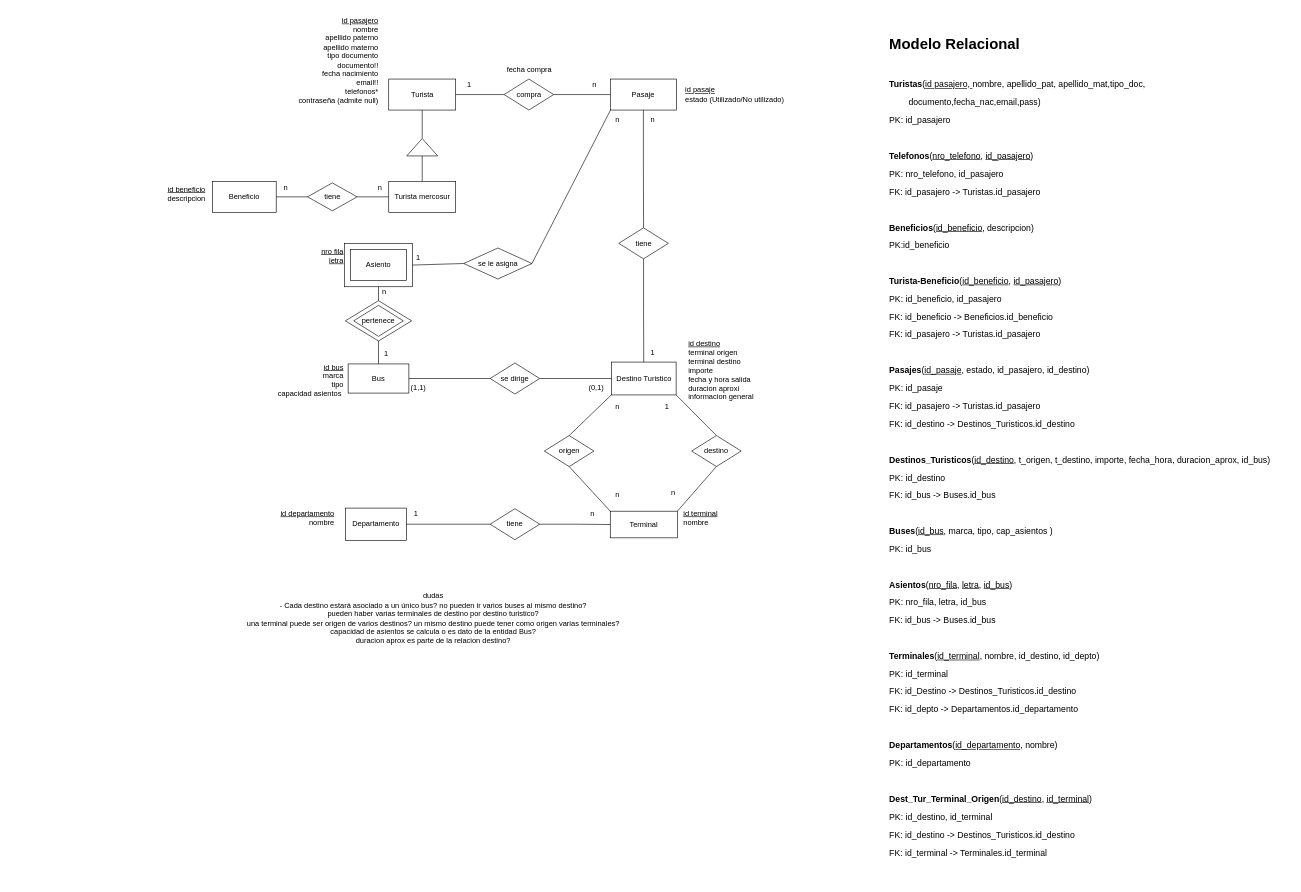
Before: obligatorio/mer y mr bdd 1 obligatorio.drawio in duermomal/BDD1, a draw.io diagram. Source tidied: cells renumbered, new cells numbered last; positions are measured from the earlier drawing's top-left corner, leaving out a move shared by most shapes. Both pictures are drawn from the tidied source at 62%, with x=0, y=0 at pixel (156, 11).
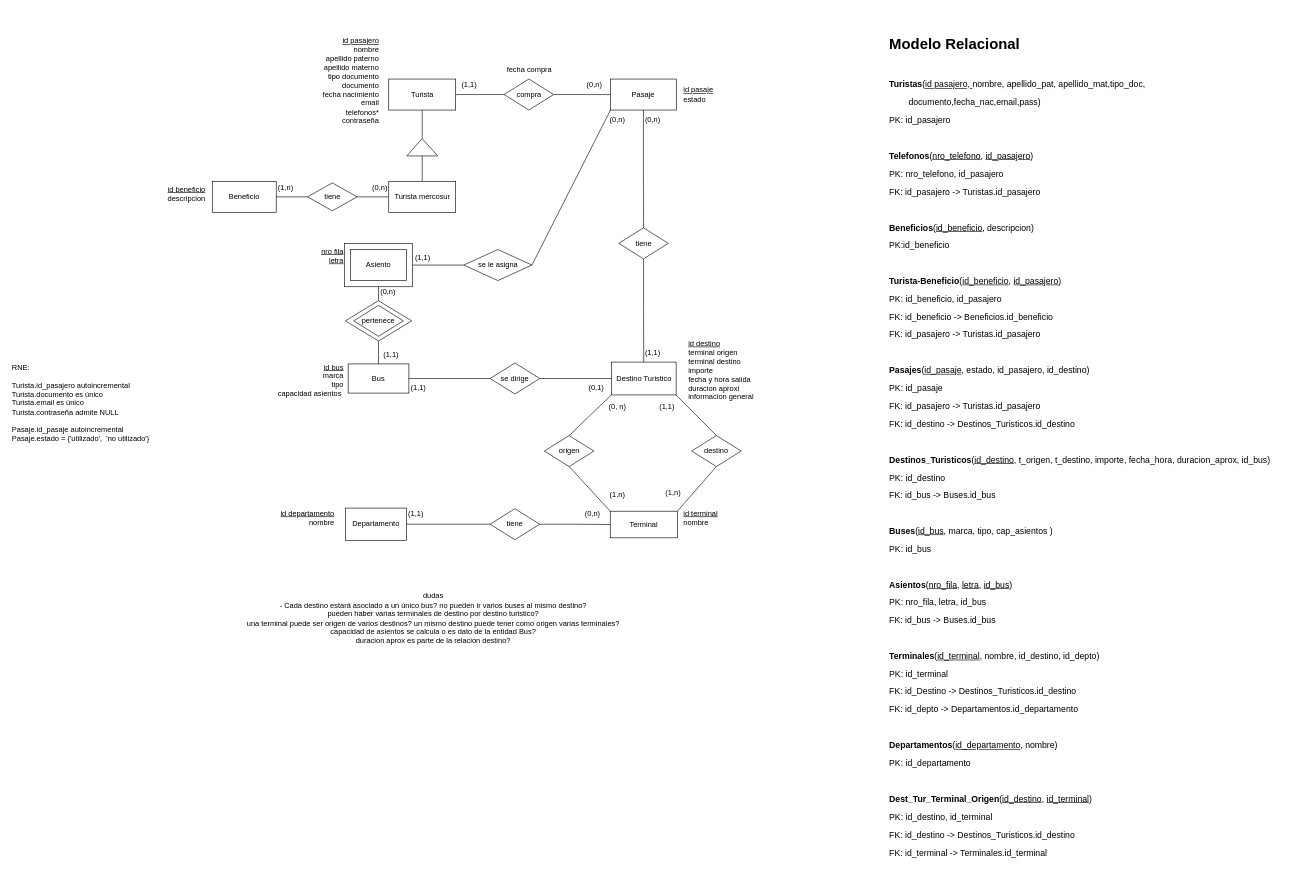
After the change.

Commit message:
RNE y multiplicidad

Diff of the diagram source:
```diff
@@
-    <mxCell id="6" value="&lt;u&gt;id pasajero&lt;/u&gt;&lt;div&gt;nombre&lt;br&gt;&lt;div&gt;apellido paterno&lt;/div&gt;&lt;div&gt;apellido materno&lt;/div&gt;&lt;div&gt;tipo documento&lt;/div&gt;&lt;div&gt;documento!!&lt;/div&gt;&lt;div&gt;fecha nacimiento&lt;/div&gt;&lt;div&gt;email!!&lt;/div&gt;&lt;div&gt;telefonos*&lt;/div&gt;&lt;div&gt;contraseña (admite null)&lt;/div&gt;&lt;/div&gt;" style="text;html=1;align=right;verticalAlign=middle;strokeColor=none;fillColor=none;" parent="1" vertex="1">
-      <mxGeometry x="208.5" width="150" height="160" as="geometry" />
+    <mxCell id="6" value="&lt;u&gt;id pasajero&lt;/u&gt;&lt;div&gt;nombre&lt;br&gt;&lt;div&gt;apellido paterno&lt;/div&gt;&lt;div&gt;apellido materno&lt;/div&gt;&lt;div&gt;tipo documento&lt;/div&gt;&lt;div&gt;documento&lt;/div&gt;&lt;div&gt;fecha nacimiento&lt;/div&gt;&lt;div&gt;email&lt;/div&gt;&lt;div&gt;telefonos*&lt;/div&gt;&lt;div&gt;contraseña&lt;/div&gt;&lt;/div&gt;" style="text;html=1;align=right;verticalAlign=middle;strokeColor=none;fillColor=none;" parent="1" vertex="1">
+      <mxGeometry x="250" y="32.5" width="110" height="160" as="geometry" />
     </mxCell>
@@
-    <mxCell id="13" value="&lt;span style=&quot;background-color: initial;&quot;&gt;&lt;u&gt;id pasaje&lt;/u&gt;&lt;/span&gt;&lt;br&gt;&lt;span style=&quot;background-color: initial;&quot;&gt;estado (Utilizado/No utilizado)&lt;/span&gt;" style="text;html=1;align=left;verticalAlign=middle;strokeColor=none;fillColor=none;" parent="1" vertex="1">
-      <mxGeometry x="850.5" y="115" width="180" height="40" as="geometry" />
+    <mxCell id="13" value="&lt;span style=&quot;background-color: initial;&quot;&gt;&lt;u&gt;id pasaje&lt;/u&gt;&lt;/span&gt;&lt;br&gt;&lt;span style=&quot;background-color: initial;&quot;&gt;estado&lt;/span&gt;" style="text;html=1;align=left;verticalAlign=middle;strokeColor=none;fillColor=none;" parent="1" vertex="1">
+      <mxGeometry x="848" y="115" width="70" height="40" as="geometry" />
     </mxCell>
@@
     <mxCell id="21" value="se le asigna" style="rhombus;whiteSpace=wrap;html=1;" parent="1" vertex="1">
-      <mxGeometry x="495.5" y="382.5" width="110" height="50" as="geometry" />
+      <mxGeometry x="495.5" y="385" width="110" height="50" as="geometry" />
     </mxCell>
@@
-    <mxCell id="33" value="1" style="text;html=1;align=center;verticalAlign=middle;strokeColor=none;fillColor=none;" parent="1" vertex="1">
-      <mxGeometry x="488.5" y="105" width="30" height="30" as="geometry" />
+    <mxCell id="33" value="(1,1)" style="text;html=1;align=center;verticalAlign=middle;strokeColor=none;fillColor=none;" parent="1" vertex="1">
+      <mxGeometry x="478.5" y="105" width="50" height="30" as="geometry" />
     </mxCell>
-    <mxCell id="34" value="n" style="text;html=1;align=center;verticalAlign=middle;strokeColor=none;fillColor=none;" parent="1" vertex="1">
-      <mxGeometry x="690.5" y="105" width="30" height="30" as="geometry" />
+    <mxCell id="34" value="(0,n)" style="text;html=1;align=center;verticalAlign=middle;strokeColor=none;fillColor=none;" parent="1" vertex="1">
+      <mxGeometry x="680.5" y="105" width="50" height="30" as="geometry" />
     </mxCell>
-    <mxCell id="35" value="n" style="text;html=1;align=center;verticalAlign=middle;strokeColor=none;fillColor=none;" parent="1" vertex="1">
-      <mxGeometry x="785" y="160" width="30" height="30" as="geometry" />
+    <mxCell id="35" value="(0,n)" style="text;html=1;align=center;verticalAlign=middle;strokeColor=none;fillColor=none;" parent="1" vertex="1">
+      <mxGeometry x="775" y="160" width="50" height="30" as="geometry" />
     </mxCell>
-    <mxCell id="36" value="n" style="text;html=1;align=center;verticalAlign=middle;strokeColor=none;fillColor=none;" parent="1" vertex="1">
-      <mxGeometry x="728" y="160" width="30" height="30" as="geometry" />
+    <mxCell id="36" value="(0,n)" style="text;html=1;align=center;verticalAlign=middle;strokeColor=none;fillColor=none;" parent="1" vertex="1">
+      <mxGeometry x="718" y="160" width="50" height="30" as="geometry" />
     </mxCell>
@@
-    <mxCell id="39" value="1" style="text;html=1;align=center;verticalAlign=middle;strokeColor=none;fillColor=none;" parent="1" vertex="1">
-      <mxGeometry x="403" y="796" width="30" height="30" as="geometry" />
+    <mxCell id="39" value="(1,1)" style="text;html=1;align=center;verticalAlign=middle;strokeColor=none;fillColor=none;" parent="1" vertex="1">
+      <mxGeometry x="393" y="796" width="50" height="30" as="geometry" />
     </mxCell>
-    <mxCell id="40" value="n" style="text;html=1;align=center;verticalAlign=middle;strokeColor=none;fillColor=none;" parent="1" vertex="1">
-      <mxGeometry x="688" y="796" width="30" height="30" as="geometry" />
+    <mxCell id="40" value="(0,n)" style="text;html=1;align=center;verticalAlign=middle;strokeColor=none;fillColor=none;" parent="1" vertex="1">
+      <mxGeometry x="678" y="796" width="50" height="30" as="geometry" />
     </mxCell>
@@
-    <mxCell id="46" value="n" style="text;html=1;align=center;verticalAlign=middle;strokeColor=none;fillColor=none;" parent="1" vertex="1">
-      <mxGeometry x="728" y="623" width="30" height="30" as="geometry" />
+    <mxCell id="46" value="(0, n)" style="text;html=1;align=center;verticalAlign=middle;strokeColor=none;fillColor=none;" parent="1" vertex="1">
+      <mxGeometry x="718" y="623" width="50" height="30" as="geometry" />
     </mxCell>
-    <mxCell id="47" value="n" style="text;html=1;align=center;verticalAlign=middle;strokeColor=none;fillColor=none;" parent="1" vertex="1">
-      <mxGeometry x="728" y="766" width="30" height="30" as="geometry" />
+    <mxCell id="47" value="(1,n)" style="text;html=1;align=center;verticalAlign=middle;strokeColor=none;fillColor=none;" parent="1" vertex="1">
+      <mxGeometry x="718" y="766" width="50" height="30" as="geometry" />
     </mxCell>
-    <mxCell id="48" value="n" style="text;html=1;align=center;verticalAlign=middle;strokeColor=none;fillColor=none;" parent="1" vertex="1">
-      <mxGeometry x="818" y="763" width="30" height="30" as="geometry" />
+    <mxCell id="48" value="(1,n)" style="text;html=1;align=center;verticalAlign=middle;strokeColor=none;fillColor=none;" parent="1" vertex="1">
+      <mxGeometry x="808" y="763" width="50" height="30" as="geometry" />
     </mxCell>
@@
-    <mxCell id="64" value="n" style="text;html=1;align=center;verticalAlign=middle;strokeColor=none;fillColor=none;" parent="1" vertex="1">
-      <mxGeometry x="193" y="270" width="30" height="30" as="geometry" />
+    <mxCell id="64" value="(1,n)" style="text;html=1;align=center;verticalAlign=middle;strokeColor=none;fillColor=none;" parent="1" vertex="1">
+      <mxGeometry x="183" y="270" width="50" height="30" as="geometry" />
     </mxCell>
-    <mxCell id="65" value="n" style="text;html=1;align=center;verticalAlign=middle;strokeColor=none;fillColor=none;" parent="1" vertex="1">
-      <mxGeometry x="344.5" y="270" width="30" height="30" as="geometry" />
+    <mxCell id="65" value="(0,n)" style="text;html=1;align=center;verticalAlign=middle;strokeColor=none;fillColor=none;" parent="1" vertex="1">
+      <mxGeometry x="334.5" y="270" width="50" height="30" as="geometry" />
     </mxCell>
-    <mxCell id="66" value="1" style="text;html=1;align=center;verticalAlign=middle;strokeColor=none;fillColor=none;" parent="1" vertex="1">
-      <mxGeometry x="407" y="382.5" width="30" height="30" as="geometry" />
+    <mxCell id="66" value="(1,1)" style="text;html=1;align=center;verticalAlign=middle;strokeColor=none;fillColor=none;" parent="1" vertex="1">
+      <mxGeometry x="403.5" y="382.5" width="50" height="30" as="geometry" />
     </mxCell>
-    <mxCell id="67" value="1" style="text;html=1;align=center;verticalAlign=middle;strokeColor=none;fillColor=none;" parent="1" vertex="1">
-      <mxGeometry x="355" y="538" width="30" height="30" as="geometry" />
+    <mxCell id="67" value="(1,1)" style="text;html=1;align=center;verticalAlign=middle;strokeColor=none;fillColor=none;" parent="1" vertex="1">
+      <mxGeometry x="353" y="539.5" width="50" height="30" as="geometry" />
     </mxCell>
-    <mxCell id="68" value="n" style="text;html=1;align=center;verticalAlign=middle;strokeColor=none;fillColor=none;" parent="1" vertex="1">
-      <mxGeometry x="352" y="437.5" width="30" height="30" as="geometry" />
+    <mxCell id="68" value="(0,n)" style="text;html=1;align=center;verticalAlign=middle;strokeColor=none;fillColor=none;" parent="1" vertex="1">
+      <mxGeometry x="348" y="437.5" width="50" height="30" as="geometry" />
     </mxCell>
-    <mxCell id="69" value="1" style="text;html=1;align=center;verticalAlign=middle;strokeColor=none;fillColor=none;" parent="1" vertex="1">
-      <mxGeometry x="785" y="536.5" width="30" height="30" as="geometry" />
+    <mxCell id="69" value="(1,1)" style="text;html=1;align=center;verticalAlign=middle;strokeColor=none;fillColor=none;" parent="1" vertex="1">
+      <mxGeometry x="775" y="536.5" width="50" height="30" as="geometry" />
     </mxCell>
-    <mxCell id="70" value="1" style="text;html=1;align=center;verticalAlign=middle;strokeColor=none;fillColor=none;" parent="1" vertex="1">
-      <mxGeometry x="808" y="623" width="30" height="30" as="geometry" />
+    <mxCell id="70" value="(1,1)" style="text;html=1;align=center;verticalAlign=middle;strokeColor=none;fillColor=none;" parent="1" vertex="1">
+      <mxGeometry x="798" y="623" width="50" height="30" as="geometry" />
     </mxCell>
@@
+    <mxCell id="72" value="RNE:&lt;div&gt;&lt;br&gt;&lt;/div&gt;&lt;div&gt;Turista.id_pasajero autoincremental&lt;/div&gt;&lt;div&gt;Turista.documento es único&lt;/div&gt;&lt;div&gt;Turista.email es único&lt;/div&gt;&lt;div&gt;Turista.contraseña admite NULL&lt;/div&gt;&lt;div&gt;&lt;br&gt;&lt;div&gt;Pasaje.id_pasaje autoincremental&lt;/div&gt;&lt;div&gt;&lt;span style=&quot;background-color: initial;&quot;&gt;Pasaje.estado = {'utilizado',&amp;nbsp; 'no utilizado'}&lt;/span&gt;&lt;/div&gt;&lt;/div&gt;" style="text;html=1;align=left;verticalAlign=middle;strokeColor=none;fillColor=none;" parent="1" vertex="1">
+      <mxGeometry x="-235" y="563" width="250" height="140" as="geometry" />
+    </mxCell>
```
